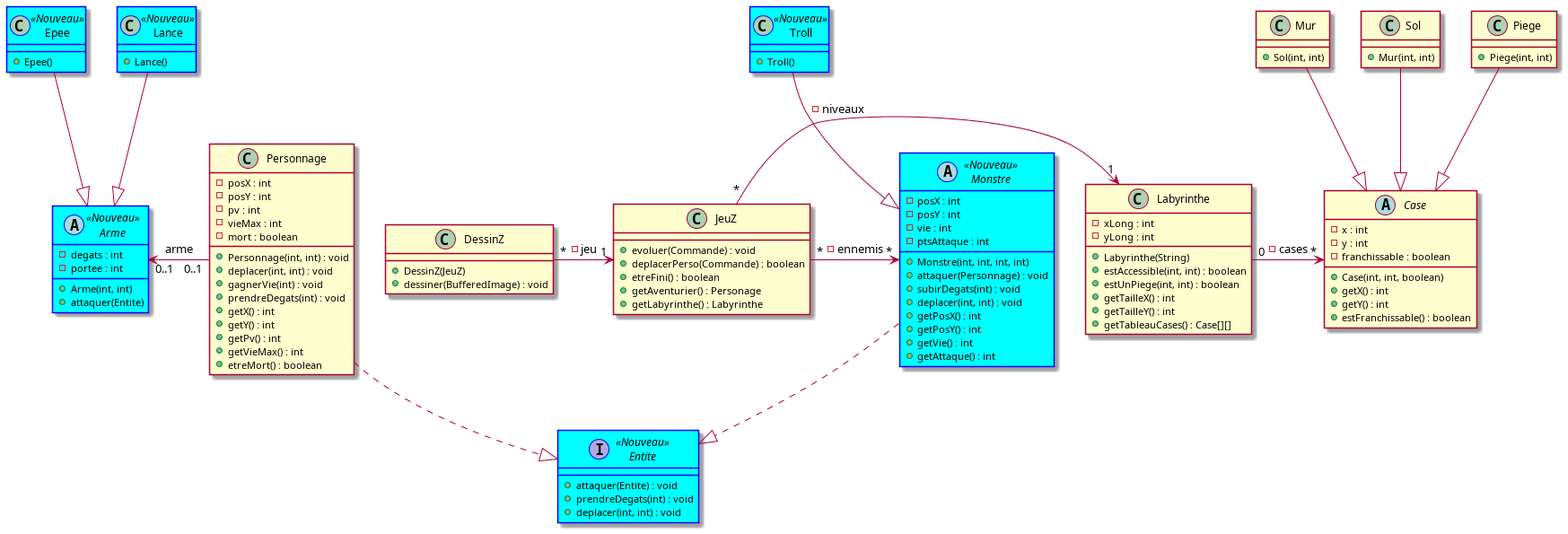
Above: documents/version_4/umlClasses.png in Alex-Michelet/2021_COO_Zeldiablo_Cordurie_Sacquard_Michelet_Kone_Becker (PlantUML), before the change.
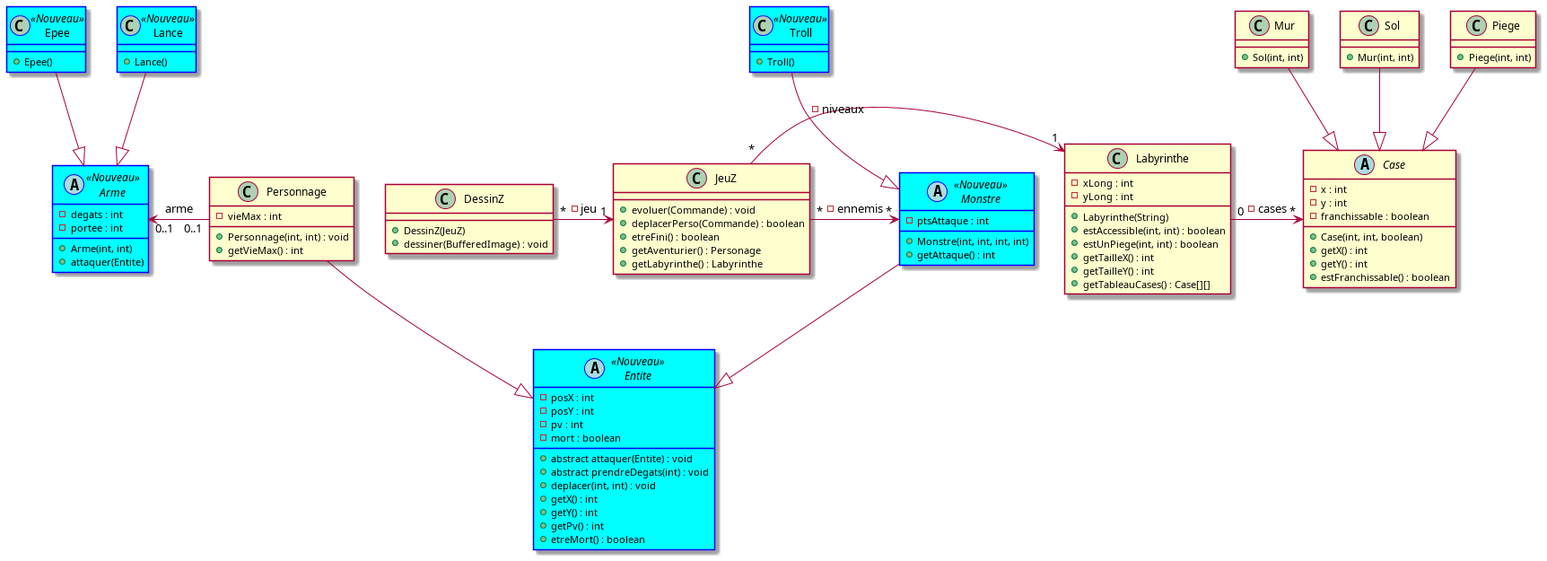
After the commit.

Commit message:
Modif diagrammes Sequence et classe

Diff of the diagram source:
```diff
@@ -16,20 +16,9 @@
 }
 
 class Personnage{
-- posX : int
-- posY : int
-- pv : int
 - vieMax : int
-- mort : boolean
 + Personnage(int, int) : void
-+ deplacer(int, int) : void
-+ gagnerVie(int) : void
-+ prendreDegats(int) : void
-+ getX() : int
-+ getY() : int
-+ getPv() : int
 + getVieMax() : int
-+ etreMort() : boolean
 }
 
 abstract class Case{
@@ -71,17 +60,8 @@
 }
 
 abstract class Monstre <<Nouveau>>{
-- posX : int
-- posY : int
-- vie : int
 - ptsAttaque : int
 + Monstre(int, int, int, int)
-+ attaquer(Personnage) : void
-+ subirDegats(int) : void
-+ deplacer(int, int) : void
-+ getPosX() : int
-+ getPosY() : int
-+ getVie() : int
 + getAttaque() : int
 }
 
@@ -89,10 +69,18 @@
 + Troll()
 }
 
-interface Entite <<Nouveau>>{
-+ attaquer(Entite) : void
-+ prendreDegats(int) : void
+abstract class Entite <<Nouveau>>{
+- posX : int
+- posY : int
+- pv : int
+- mort : boolean
++ abstract attaquer(Entite) : void
++ abstract prendreDegats(int) : void
 + deplacer(int, int) : void
++ getX() : int
++ getY() : int
++ getPv() : int
++ etreMort() : boolean
 }
 
 abstract class Arme <<Nouveau>>{
@@ -121,14 +109,14 @@
 Epee --|> Arme
 Lance --|> Arme
 
-Personnage ..|> Entite
-Monstre ..|> Entite
+Personnage --|> Entite
+Monstre --|> Entite
+
+JeuZ "*" -left> "1" Personnage : -aventurier
+JeuZ "*" -down> "1" Labyrinthe : -niveaux
+JeuZ "*" -right> "*" Monstre : -ennemis
 
 DessinZ "*" -> "1" JeuZ : -jeu
-
-JeuZ "*" -left> "1" Personnage : -aventurier
-JeuZ "*" -> "1" Labyrinthe : -niveaux
-JeuZ "*" -> "*" Monstre : -ennemis
 
 Personnage "0..1" -left> "0..1" Arme : arme
 
```
